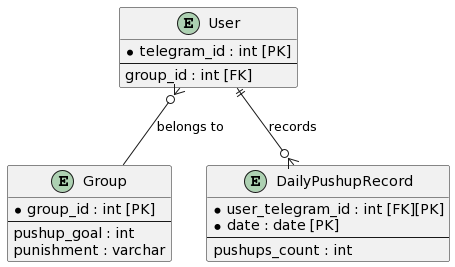
This is database/database design.png from 7azmi/Jantee, a PlantUML export, as it was before one commit. Its diagram source:
```plantuml
@startuml
entity "User" {
    * telegram_id : int [PK]
    --
    group_id : int [FK]
}

entity "Group" {
    * group_id : int [PK]
    --
    pushup_goal : int
    punishment : varchar
}

entity "DailyPushupRecord" {
    * user_telegram_id : int [FK][PK]
    * date : date [PK]
    --
    pushups_count : int
}

User }o-- Group : belongs to
User ||--o{ DailyPushupRecord : records
@enduml
```
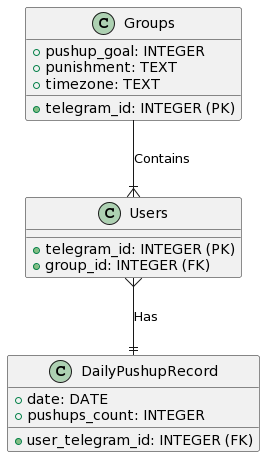
After the change.

Commit message:
Added timezone to group tables in Database.py

Diff of the diagram source:
```diff
@@ -1,24 +1,22 @@
 @startuml
-entity "User" {
-    * telegram_id : int [PK]
-    --
-    group_id : int [FK]
+class Groups {
+  + telegram_id: INTEGER (PK)
+  + pushup_goal: INTEGER
+  + punishment: TEXT
+  + timezone: TEXT
 }
 
-entity "Group" {
-    * group_id : int [PK]
-    --
-    pushup_goal : int
-    punishment : varchar
+class Users {
+  + telegram_id: INTEGER (PK)
+  + group_id: INTEGER (FK)
 }
 
-entity "DailyPushupRecord" {
-    * user_telegram_id : int [FK][PK]
-    * date : date [PK]
-    --
-    pushups_count : int
+class DailyPushupRecord {
+  + user_telegram_id: INTEGER (FK)
+  + date: DATE
+  + pushups_count: INTEGER
 }
 
-User }o-- Group : belongs to
-User ||--o{ DailyPushupRecord : records
+Groups --|{ Users : Contains
+Users }--|| DailyPushupRecord : Has
 @enduml
```
